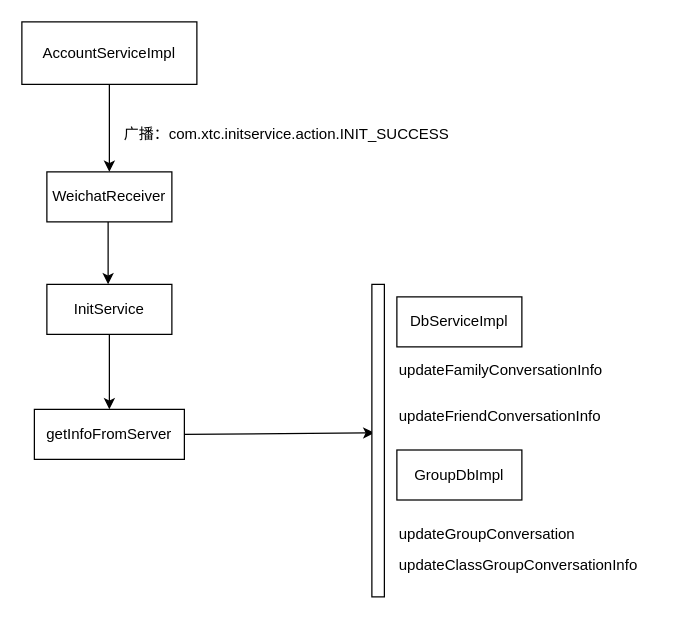
This is 微聊逻辑梳理.drawio from HaoFeiWang/UML, a draw.io file, before an edit. Source tidied: cells renumbered, new cells numbered last; positions are measured from the earlier drawing's top-left corner, leaving out a move shared by most shapes. Both pictures are drawn from the tidied source at 125%, with x=0, y=0 at pixel (21, 21).
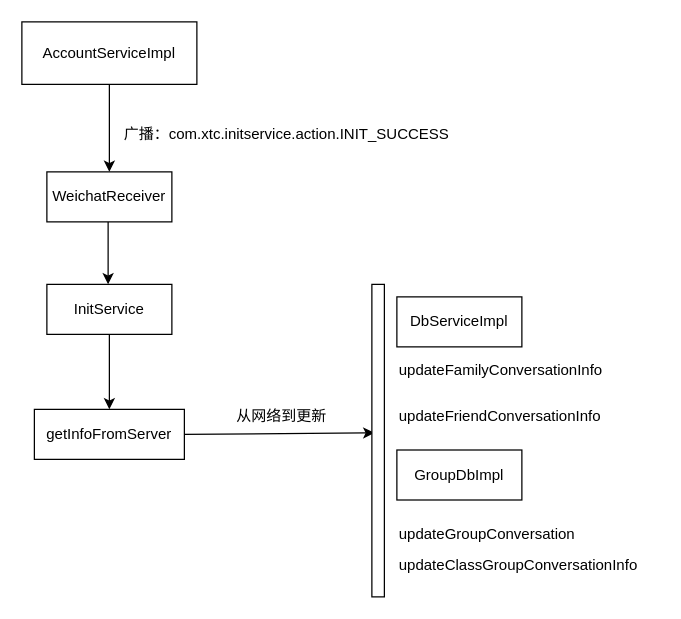
The same diagram, later.

Commit message (it also covers changes not shown here):
更新微聊逻辑梳理.drawio

The edit, as a diff of the source:
```diff
@@
+    <mxCell id="18" value="从网络到更新" style="text;html=1;align=left;verticalAlign=top;spacingTop=-4;" parent="1" vertex="1">
+      <mxGeometry x="170" y="306" width="90" height="20" as="geometry" />
+    </mxCell>
```
